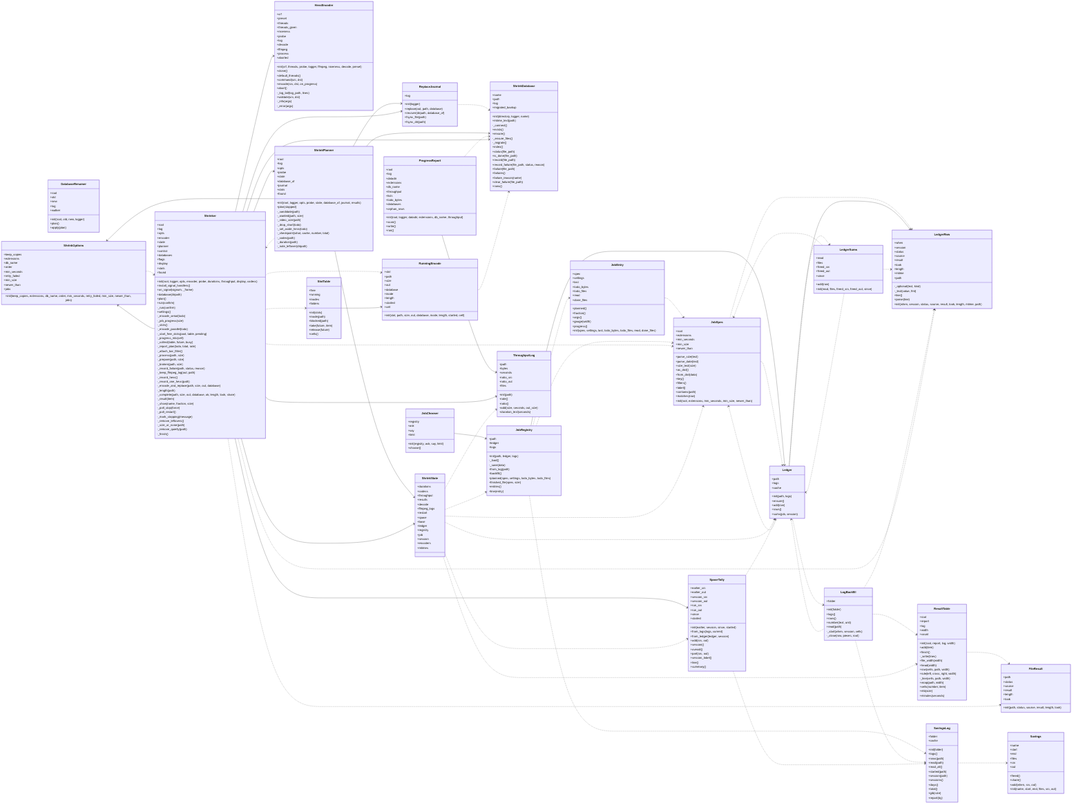
Earlier version of the Mermaid export docs/img/uml_shrink.png (peddanet/mediatools). Its source is kept beside it as docs/img/uml_shrink.mmd.
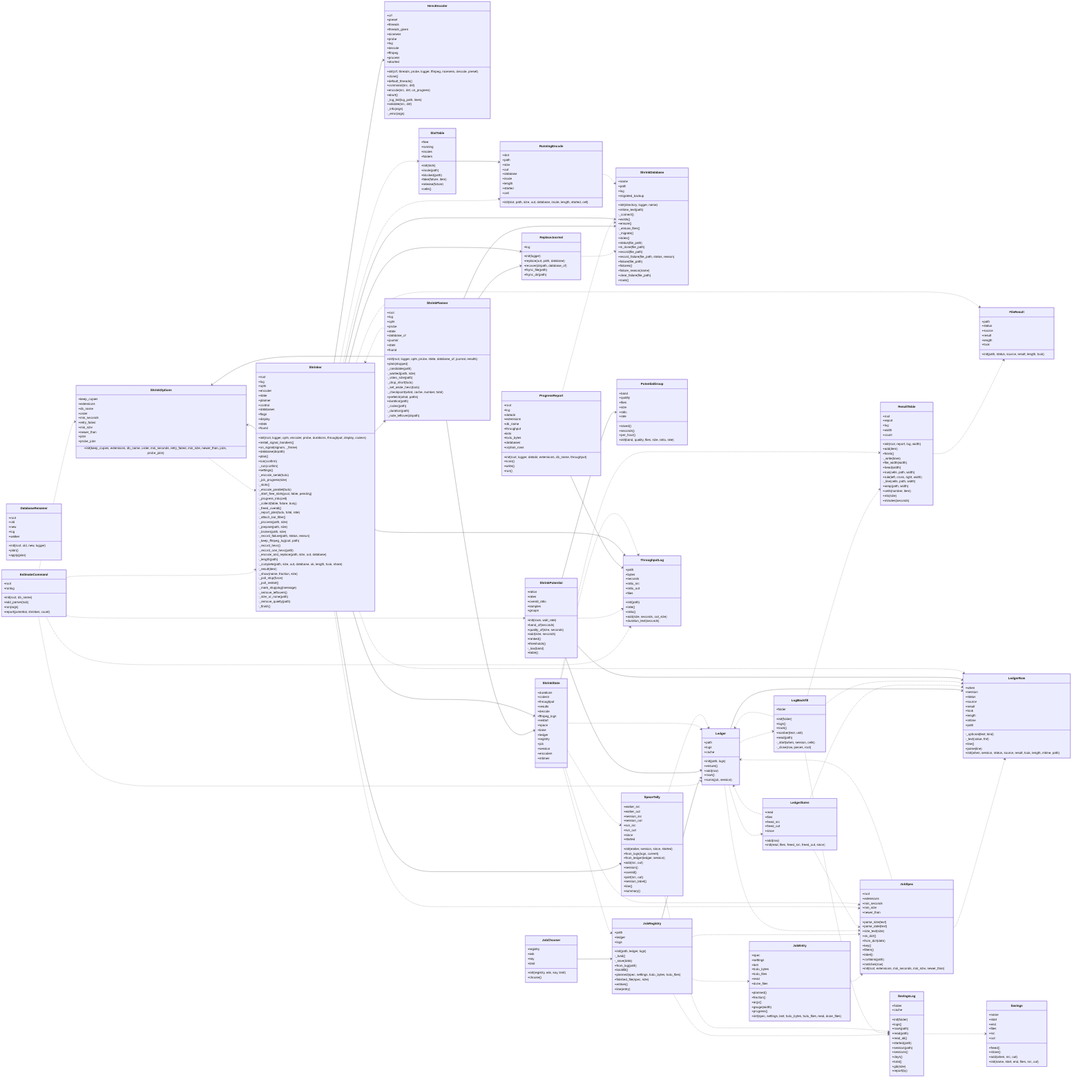
After the commit.

The edit, as a diff of the source:
```diff
@@ -55,6 +55,14 @@
     +validate(src, dst)
     -_info(args)
     -_error(args)
+  }
+  class EstimateCommand {
+    +root
+    +runlog
+    +init(root, db_name)
+    +add_parser(sub)
+    +run(args)
+    +report(potential, shrinker, count)
   }
   class FileResult {
     +path
@@ -183,7 +191,8 @@
     +min_size
     +newer_than
     +jobs
-    +init(keep_copies, extensions, db_name, order, min_seconds, retry_failed, min_size, newer_than, jobs)
+    +probe_jobs
+    +init(keep_copies, extensions, db_name, order, min_seconds, retry_failed, min_size, newer_than, jobs, probe_jobs)
   }
   class ShrinkPlanner {
     +root
@@ -203,9 +212,38 @@
     -_drop_short(todo)
     -_set_aside_hevc(todo)
     -_checkpoint(what, cache, number, total)
+    +prefetch(what, paths)
+    +duration(path)
     -_codec(path)
     -_duration(path)
     -_note_leftover(dirpath)
+  }
+  class PotentialGroup {
+    +band
+    +quality
+    +files
+    +size
+    +ratio
+    +rate
+    +saved()
+    +seconds()
+    +per_hour()
+    +init(band, quality, files, size, ratio, rate)
+  }
+  class ShrinkPotential {
+    +ratios
+    +rates
+    +overall_ratio
+    +samples
+    +groups
+    +init(rows, wall_rate)
+    +band_of(seconds)
+    +quality_of(size, seconds)
+    +add(size, seconds)
+    +ranked()
+    +thresholds()
+    -_low(band)
+    +table()
   }
   class ProgressReport {
     +root
@@ -299,6 +337,7 @@
     -_start_free_slots(pool, table, pending)
     -_progress_into(cell)
     -_collect(table, future, busy)
+    -_freed_overall()
     -_report_plan(todo, total, rate)
     -_attach_bar_filter()
     -_process(path, size)
@@ -395,6 +434,11 @@
     +add(size, seconds, out_size)
     +duration_text(seconds)
   }
+  EstimateCommand ..> Ledger
+  EstimateCommand ..> ShrinkOptions
+  EstimateCommand ..> ShrinkPotential
+  EstimateCommand ..> Shrinker
+  EstimateCommand ..> ThroughputLog
   JobChooser --> JobRegistry
   JobEntry ..> JobSpec
   JobRegistry ..> JobEntry
@@ -421,6 +465,10 @@
   ShrinkPlanner --> ShrinkOptions
   ShrinkPlanner --> ShrinkState
   ShrinkPlanner ..> Shrinker
+  ShrinkPotential --> Ledger
+  ShrinkPotential --> LedgerRow
+  ShrinkPotential --> PotentialGroup
+  ShrinkPotential ..> ThroughputLog
   ProgressReport ..> ShrinkDatabase
   ProgressReport --> ThroughputLog
   ResultTable ..> FileResult
```
